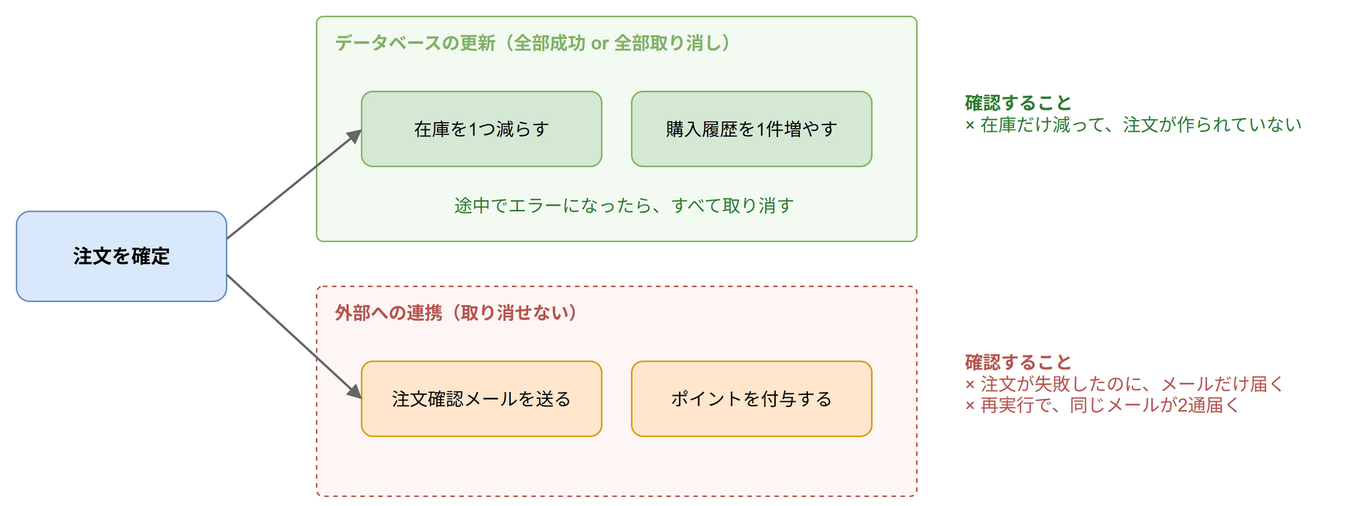
Before: images/articles/test-perspectives/order-consistency.drawio.png, a diagram exported from draw.io (aew2sbee/zenn). Source tidied: cells renumbered, new cells last; positions are measured from the earlier drawing's top-left corner, leaving out a move shared by most shapes. Source of this version:
```xml
<mxGraphModel>
  <root>
    <mxCell id="0" />
    <mxCell id="1" parent="0" />
    <mxCell id="2" value="注文を確定" style="rounded=1;whiteSpace=wrap;html=1;fontSize=13;fillColor=#dae8fc;strokeColor=#6c8ebf;fontStyle=1;" parent="1" vertex="1">
      <mxGeometry y="130" width="140" height="60" as="geometry" />
    </mxCell>
    <mxCell id="3" value="データベースの更新（全部成功 or 全部取り消し）" style="rounded=1;whiteSpace=wrap;html=1;fillColor=#f3faf1;strokeColor=#82b366;verticalAlign=top;align=left;spacingLeft=10;spacingTop=4;spacingBottom=4;fontStyle=1;fontSize=12;fontColor=#82b366;arcSize=3;" parent="1" vertex="1">
      <mxGeometry x="200" width="400" height="150" as="geometry" />
    </mxCell>
    <mxCell id="4" value="在庫を1つ減らす" style="rounded=1;whiteSpace=wrap;html=1;fontSize=12;fillColor=#d5e8d4;strokeColor=#82b366;" parent="1" vertex="1">
      <mxGeometry x="230" y="50" width="160" height="50" as="geometry" />
    </mxCell>
    <mxCell id="5" value="購入履歴を1件増やす" style="rounded=1;whiteSpace=wrap;html=1;fontSize=12;fillColor=#d5e8d4;strokeColor=#82b366;" parent="1" vertex="1">
      <mxGeometry x="410" y="50" width="160" height="50" as="geometry" />
    </mxCell>
    <mxCell id="6" value="途中でエラーになったら、すべて取り消す" style="text;html=1;whiteSpace=wrap;align=center;verticalAlign=middle;fontSize=12;fontColor=#2e7d32;" parent="1" vertex="1">
      <mxGeometry x="220" y="108" width="370" height="36" as="geometry" />
    </mxCell>
    <mxCell id="7" value="外部への連携（取り消せない）" style="rounded=1;whiteSpace=wrap;html=1;dashed=1;fillColor=#fdf6f5;strokeColor=#b85450;verticalAlign=top;align=left;spacingLeft=10;spacingTop=4;spacingBottom=4;fontStyle=1;fontSize=12;fontColor=#b85450;arcSize=3;" parent="1" vertex="1">
      <mxGeometry x="200" y="180" width="400" height="140" as="geometry" />
    </mxCell>
    <mxCell id="8" value="注文確認メールを送る" style="rounded=1;whiteSpace=wrap;html=1;fontSize=12;fillColor=#ffe6cc;strokeColor=#d79b00;" parent="1" vertex="1">
      <mxGeometry x="230" y="230" width="160" height="50" as="geometry" />
    </mxCell>
    <mxCell id="9" value="ポイントを付与する" style="rounded=1;whiteSpace=wrap;html=1;fontSize=12;fillColor=#ffe6cc;strokeColor=#d79b00;" parent="1" vertex="1">
      <mxGeometry x="410" y="230" width="160" height="50" as="geometry" />
    </mxCell>
    <mxCell id="10" style="html=1;endArrow=block;endFill=1;strokeColor=#666666;strokeWidth=1.5;fontSize=12;labelBackgroundColor=#ffffff;exitX=1;exitY=0.3;exitDx=0;exitDy=0;entryX=0;entryY=0.5;entryDx=0;entryDy=0;" parent="1" edge="1" source="2" target="4">
      <mxGeometry relative="1" as="geometry" />
    </mxCell>
    <mxCell id="11" style="html=1;endArrow=block;endFill=1;strokeColor=#666666;strokeWidth=1.5;fontSize=12;labelBackgroundColor=#ffffff;exitX=1;exitY=0.7;exitDx=0;exitDy=0;entryX=0;entryY=0.5;entryDx=0;entryDy=0;" parent="1" edge="1" source="2" target="8">
      <mxGeometry relative="1" as="geometry" />
    </mxCell>
    <mxCell id="12" value="&lt;font color=&quot;#b85450&quot;&gt;&lt;b&gt;確認すること&lt;/b&gt;&lt;br&gt;× 注文が失敗したのに、メールだけ届く&lt;br&gt;× 再実行で、同じメールが2通届く&lt;/font&gt;" style="text;html=1;whiteSpace=wrap;align=left;verticalAlign=middle;fontSize=12;fontColor=#333333;" parent="1" vertex="1">
      <mxGeometry x="630" y="200" width="250" height="90" as="geometry" />
    </mxCell>
    <mxCell id="13" value="&lt;font color=&quot;#2e7d32&quot;&gt;&lt;b&gt;確認すること&lt;/b&gt;&lt;br&gt;× 在庫だけ減って、注文が作られていない&lt;/font&gt;" style="text;html=1;whiteSpace=wrap;align=left;verticalAlign=middle;fontSize=12;fontColor=#333333;" parent="1" vertex="1">
      <mxGeometry x="630" y="20" width="250" height="90" as="geometry" />
    </mxCell>
  </root>
</mxGraphModel>
```
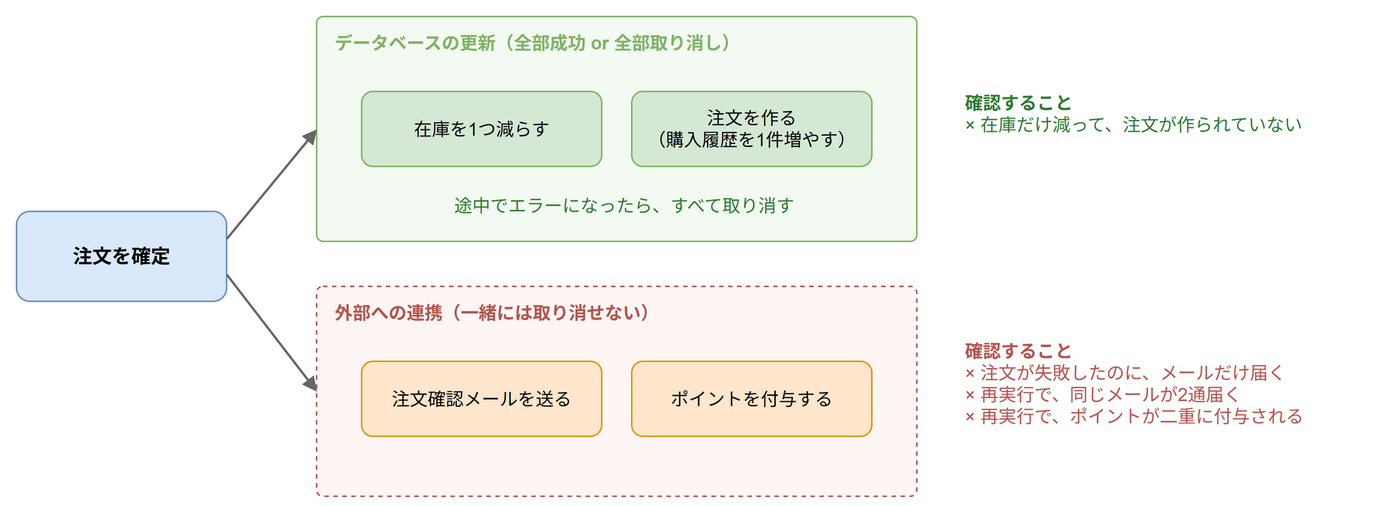
Above is the later version.

Commit message:
docs: テスト観点の記事の図をレビュー指摘に合わせて修正

Diff of the diagram source:
```diff
@@ -11,13 +11,13 @@
     <mxCell id="4" value="在庫を1つ減らす" style="rounded=1;whiteSpace=wrap;html=1;fontSize=12;fillColor=#d5e8d4;strokeColor=#82b366;" parent="1" vertex="1">
       <mxGeometry x="230" y="50" width="160" height="50" as="geometry" />
     </mxCell>
-    <mxCell id="5" value="購入履歴を1件増やす" style="rounded=1;whiteSpace=wrap;html=1;fontSize=12;fillColor=#d5e8d4;strokeColor=#82b366;" parent="1" vertex="1">
+    <mxCell id="5" value="注文を作る&lt;br&gt;（購入履歴を1件増やす）" style="rounded=1;whiteSpace=wrap;html=1;fontSize=12;fillColor=#d5e8d4;strokeColor=#82b366;" parent="1" vertex="1">
       <mxGeometry x="410" y="50" width="160" height="50" as="geometry" />
     </mxCell>
     <mxCell id="6" value="途中でエラーになったら、すべて取り消す" style="text;html=1;whiteSpace=wrap;align=center;verticalAlign=middle;fontSize=12;fontColor=#2e7d32;" parent="1" vertex="1">
       <mxGeometry x="220" y="108" width="370" height="36" as="geometry" />
     </mxCell>
-    <mxCell id="7" value="外部への連携（取り消せない）" style="rounded=1;whiteSpace=wrap;html=1;dashed=1;fillColor=#fdf6f5;strokeColor=#b85450;verticalAlign=top;align=left;spacingLeft=10;spacingTop=4;spacingBottom=4;fontStyle=1;fontSize=12;fontColor=#b85450;arcSize=3;" parent="1" vertex="1">
+    <mxCell id="7" value="外部への連携（一緒には取り消せない）" style="rounded=1;whiteSpace=wrap;html=1;dashed=1;fillColor=#fdf6f5;strokeColor=#b85450;verticalAlign=top;align=left;spacingLeft=10;spacingTop=4;spacingBottom=4;fontStyle=1;fontSize=12;fontColor=#b85450;arcSize=3;" parent="1" vertex="1">
       <mxGeometry x="200" y="180" width="400" height="140" as="geometry" />
     </mxCell>
     <mxCell id="8" value="注文確認メールを送る" style="rounded=1;whiteSpace=wrap;html=1;fontSize=12;fillColor=#ffe6cc;strokeColor=#d79b00;" parent="1" vertex="1">
@@ -26,17 +26,17 @@
     <mxCell id="9" value="ポイントを付与する" style="rounded=1;whiteSpace=wrap;html=1;fontSize=12;fillColor=#ffe6cc;strokeColor=#d79b00;" parent="1" vertex="1">
       <mxGeometry x="410" y="230" width="160" height="50" as="geometry" />
     </mxCell>
-    <mxCell id="10" style="html=1;endArrow=block;endFill=1;strokeColor=#666666;strokeWidth=1.5;fontSize=12;labelBackgroundColor=#ffffff;exitX=1;exitY=0.3;exitDx=0;exitDy=0;entryX=0;entryY=0.5;entryDx=0;entryDy=0;" parent="1" edge="1" source="2" target="4">
+    <mxCell id="10" style="html=1;endArrow=block;endFill=1;strokeColor=#666666;strokeWidth=1.5;fontSize=12;labelBackgroundColor=#ffffff;exitX=1;exitY=0.3;exitDx=0;exitDy=0;entryX=0;entryY=0.5;entryDx=0;entryDy=0;" parent="1" edge="1" source="2" target="3">
       <mxGeometry relative="1" as="geometry" />
     </mxCell>
-    <mxCell id="11" style="html=1;endArrow=block;endFill=1;strokeColor=#666666;strokeWidth=1.5;fontSize=12;labelBackgroundColor=#ffffff;exitX=1;exitY=0.7;exitDx=0;exitDy=0;entryX=0;entryY=0.5;entryDx=0;entryDy=0;" parent="1" edge="1" source="2" target="8">
+    <mxCell id="11" style="html=1;endArrow=block;endFill=1;strokeColor=#666666;strokeWidth=1.5;fontSize=12;labelBackgroundColor=#ffffff;exitX=1;exitY=0.7;exitDx=0;exitDy=0;entryX=0;entryY=0.5;entryDx=0;entryDy=0;" parent="1" edge="1" source="2" target="7">
       <mxGeometry relative="1" as="geometry" />
     </mxCell>
-    <mxCell id="12" value="&lt;font color=&quot;#b85450&quot;&gt;&lt;b&gt;確認すること&lt;/b&gt;&lt;br&gt;× 注文が失敗したのに、メールだけ届く&lt;br&gt;× 再実行で、同じメールが2通届く&lt;/font&gt;" style="text;html=1;whiteSpace=wrap;align=left;verticalAlign=middle;fontSize=12;fontColor=#333333;" parent="1" vertex="1">
-      <mxGeometry x="630" y="200" width="250" height="90" as="geometry" />
+    <mxCell id="12" value="&lt;font color=&quot;#b85450&quot;&gt;&lt;b&gt;確認すること&lt;/b&gt;&lt;br&gt;× 注文が失敗したのに、メールだけ届く&lt;br&gt;× 再実行で、同じメールが2通届く&lt;br&gt;× 再実行で、ポイントが二重に付与される&lt;/font&gt;" style="text;html=1;whiteSpace=wrap;align=left;verticalAlign=middle;fontSize=12;fontColor=#333333;" parent="1" vertex="1">
+      <mxGeometry x="630" y="195" width="270" height="100" as="geometry" />
     </mxCell>
     <mxCell id="13" value="&lt;font color=&quot;#2e7d32&quot;&gt;&lt;b&gt;確認すること&lt;/b&gt;&lt;br&gt;× 在庫だけ減って、注文が作られていない&lt;/font&gt;" style="text;html=1;whiteSpace=wrap;align=left;verticalAlign=middle;fontSize=12;fontColor=#333333;" parent="1" vertex="1">
-      <mxGeometry x="630" y="20" width="250" height="90" as="geometry" />
+      <mxGeometry x="630" y="20" width="270" height="90" as="geometry" />
     </mxCell>
   </root>
 </mxGraphModel>
```
